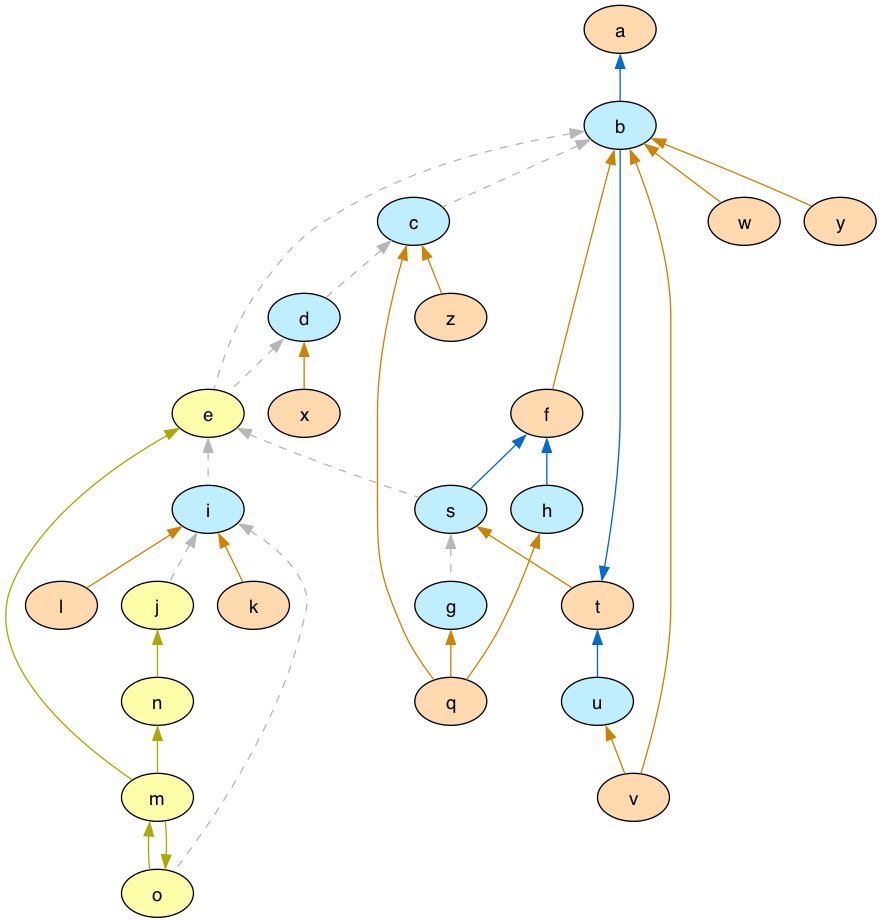
Above: 2024IDCC/graphs/arg_graph_colored.png in idaks/Games-and-Argumentation (Graphviz), before the change. Its source is kept beside it as 2024IDCC/graphs/arg_graph_colored.dot. The source it was exported from:
```dot
digraph G {
  node [shape=oval style=filled fontname=Helvetica fontsize=14]
  node [fillcolor="#bfefff" fontcolor="#000000"] b c d s g h i u;
  node [fillcolor="#ffdaaf" fontcolor="#000000"] a t f k l q v w x y z;
  node [fillcolor="#FFFFAA" fontcolor="#000000"] e j m o n;
  node [fillcolor="white" fontcolor="black"];
  edge [dir=back, color="#006ad1", style="solid"]
        "a" -> "b"
        "t" -> "b"
        "f" -> "h"
        "f" -> "s"
        "t" -> "u"
  edge [dir=back, color="#b7b7b7", style="dashed"]
        "b" -> "c"
        "c" -> "d"
        "b" -> "e"
        "d" -> "e"
        "s" -> "g"
        "e" -> "i"
        "i" -> "j"
        "i" -> "o"
        "e" -> "s"
  edge [dir=back, color="#cc8400", style="solid"]
        "b" -> "f"
        "i" -> "k"
        "i" -> "l"
        "g" -> "q"
        "h" -> "q"
        "c" -> "q"
        "s" -> "t"
        "b" -> "v"
        "u" -> "v"
        "b" -> "w"
        "d" -> "x"
        "b" -> "y"
        "c" -> "z"
  edge [dir=back, color="#AAAA00", style="solid"]
        "e" -> "m"
        "o" -> "m"
        "n" -> "m"
        "j" -> "n"
        "m" -> "o"
}
```
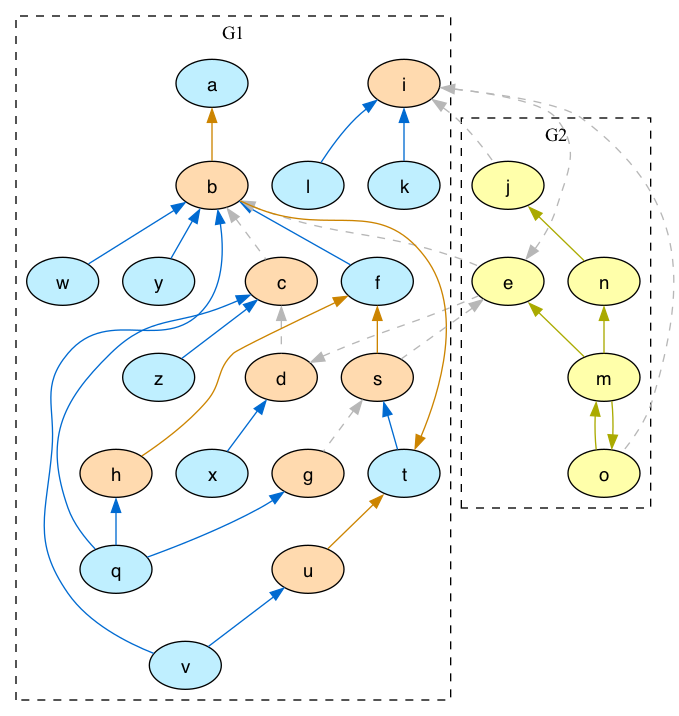
After the commit.

Change to the diagram source:
```diff
@@ -1,43 +1,48 @@
 digraph G {
   node [shape=oval style=filled fontname=Helvetica fontsize=14]
-  node [fillcolor="#bfefff" fontcolor="#000000"] b c d s g h i u;
-  node [fillcolor="#ffdaaf" fontcolor="#000000"] a t f k l q v w x y z;
-  node [fillcolor="#FFFFAA" fontcolor="#000000"] e j m o n;
-  node [fillcolor="white" fontcolor="black"];
+  subgraph cluster_g1{
+  label = "G1"; color = black; style ="dashed";
+    node [fillcolor="#ffdaaf" fontcolor="#000000"] b c d s g h i u;
+    node [fillcolor="#bfefff" fontcolor="#000000"] a t f k l q v w x y z;
+  }
+  subgraph cluster_g2{
+  label = "G2"; color = black; style ="dashed";
+    node [fillcolor="#FFFFAA" fontcolor="#000000"] e j m o n;
+  }
+  edge [dir=back, color="#cc8400", style="solid"]
+        "a" -> "b";
+        "t" -> "b";
+        "f" -> "h";
+        "f" -> "s";
+        "t" -> "u";
+  edge [dir=back, color="#b7b7b7", style="dashed"]
+        "b" -> "c";
+        "c" -> "d";
+        "b" -> "e";
+        "d" -> "e";
+        "s" -> "g";
+        "e" -> "i";
+        "i" -> "j";
+        "i" -> "o";
+        "e" -> "s";
   edge [dir=back, color="#006ad1", style="solid"]
-        "a" -> "b"
-        "t" -> "b"
-        "f" -> "h"
-        "f" -> "s"
-        "t" -> "u"
-  edge [dir=back, color="#b7b7b7", style="dashed"]
-        "b" -> "c"
-        "c" -> "d"
-        "b" -> "e"
-        "d" -> "e"
-        "s" -> "g"
-        "e" -> "i"
-        "i" -> "j"
-        "i" -> "o"
-        "e" -> "s"
-  edge [dir=back, color="#cc8400", style="solid"]
-        "b" -> "f"
-        "i" -> "k"
-        "i" -> "l"
-        "g" -> "q"
-        "h" -> "q"
-        "c" -> "q"
-        "s" -> "t"
-        "b" -> "v"
-        "u" -> "v"
-        "b" -> "w"
-        "d" -> "x"
-        "b" -> "y"
-        "c" -> "z"
+        "b" -> "f";
+        "i" -> "k";
+        "i" -> "l";
+        "g" -> "q";
+        "h" -> "q";
+        "c" -> "q";
+        "s" -> "t";
+        "b" -> "v";
+        "u" -> "v";
+        "b" -> "w";
+        "d" -> "x";
+        "b" -> "y";
+        "c" -> "z";
   edge [dir=back, color="#AAAA00", style="solid"]
-        "e" -> "m"
-        "o" -> "m"
-        "n" -> "m"
-        "j" -> "n"
-        "m" -> "o"
+        "e" -> "m";
+        "o" -> "m";
+        "n" -> "m";
+        "j" -> "n";
+        "m" -> "o";
 }
```
